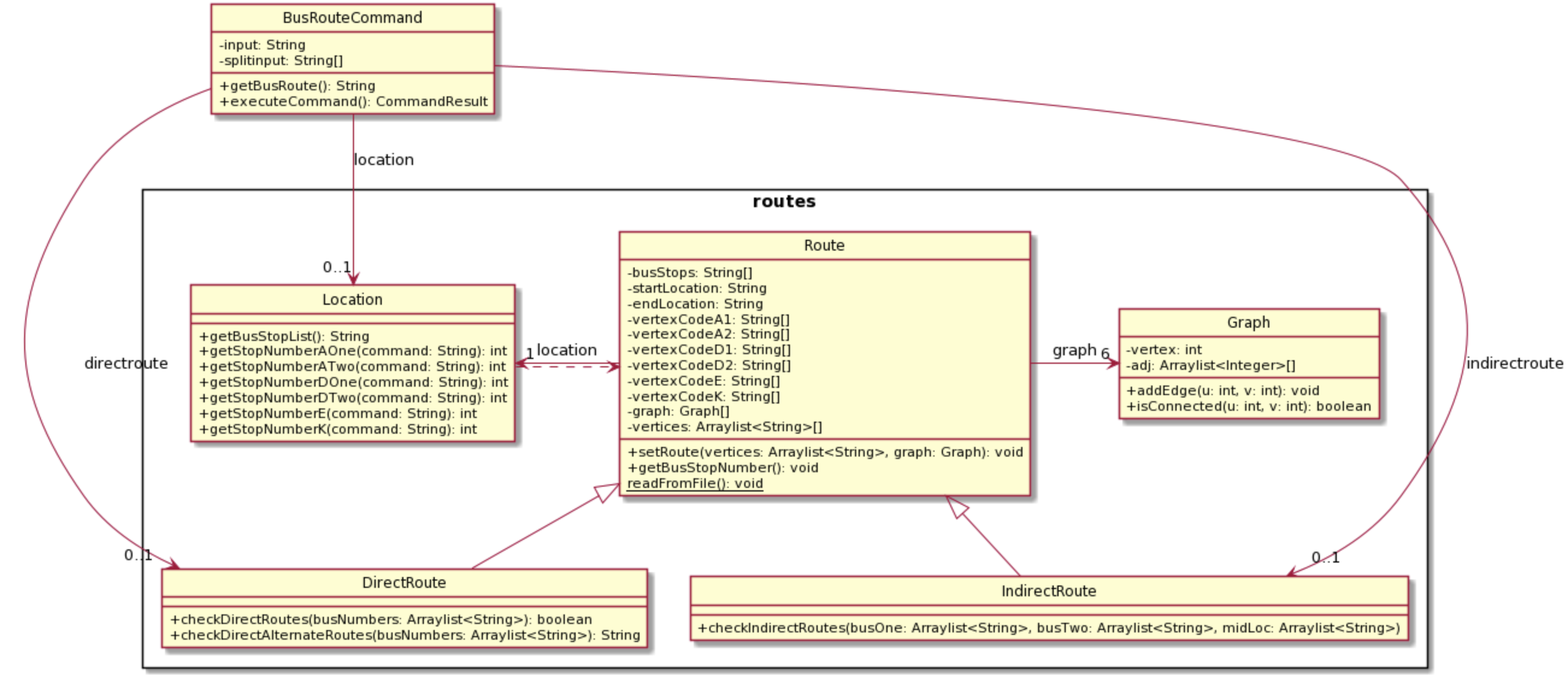
Earlier version of the PlantUML export docs/assets/images/BusRouteClassDiagram.png (shyamgj1900/tp). Its source is kept beside it as docs/assets/plantuml/BusRouteClassDiagram.puml.
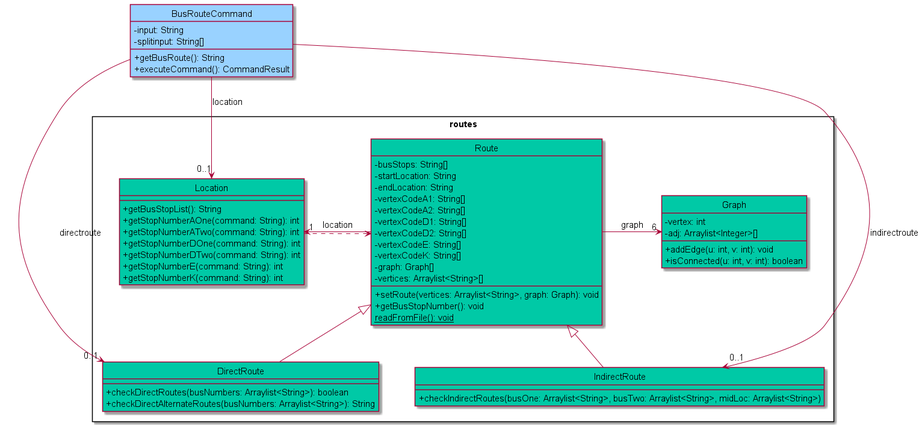
Later version of the same file.

Commit message:
change color for routes class diag

Change to the diagram source:
```diff
@@ -16,14 +16,14 @@
   class IndirectRoute
 }
 
-class BusRouteCommand {
+class BusRouteCommand COMMANDS_COLOR {
    -input: String
    -splitinput: String[]
    +getBusRoute(): String
    +executeCommand(): CommandResult
 }
 
-class Location {
+class Location ROUTES_COLOR {
    +getBusStopList(): String
    +getStopNumberAOne(command: String): int
    +getStopNumberATwo(command: String): int
@@ -33,7 +33,7 @@
    +getStopNumberK(command: String): int
 }
 
-class Route {
+class Route ROUTES_COLOR {
    -busStops: String[]
    -startLocation: String
    -endLocation: String
@@ -50,16 +50,16 @@
    {static} readFromFile(): void
 }
 
-class DirectRoute {
+class DirectRoute ROUTES_COLOR {
    +checkDirectRoutes(busNumbers: Arraylist<String>): boolean
    +checkDirectAlternateRoutes(busNumbers: Arraylist<String>): String
 }
 
-class IndirectRoute {
+class IndirectRoute ROUTES_COLOR {
    +checkIndirectRoutes(busOne: Arraylist<String>, busTwo: Arraylist<String>, midLoc: Arraylist<String>)
 }
 
-class Graph {
+class Graph ROUTES_COLOR {
    -vertex: int
    -adj: Arraylist<Integer>[]
    +addEdge(u: int, v: int): void
```
